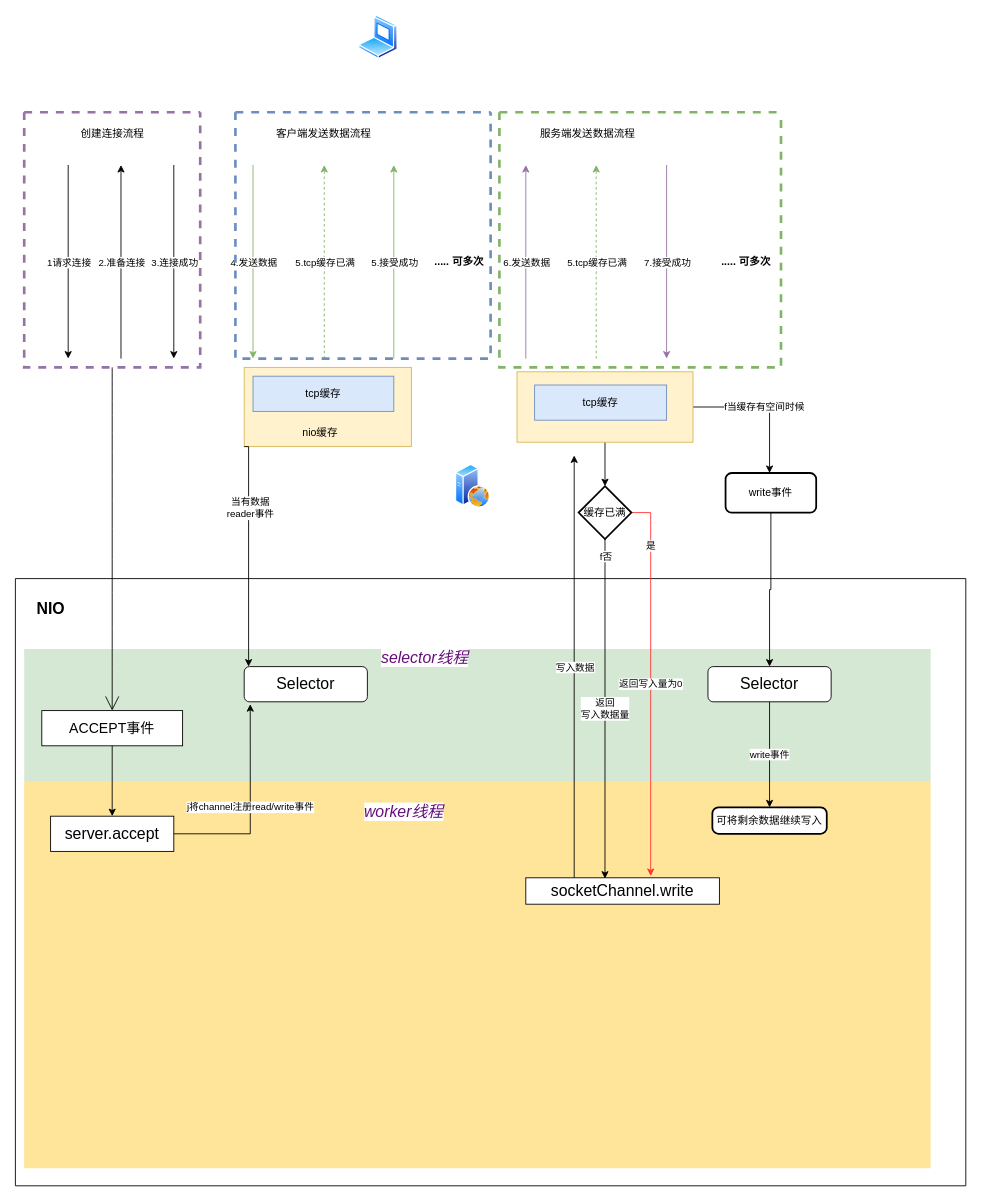
Before: 流程图/NIO网络模型.drawio in xiaoa1/liuchengtu, a draw.io diagram. Source tidied: cells renumbered, new cells numbered last; positions are measured from the earlier drawing's top-left corner, leaving out a move shared by most shapes. Both pictures are drawn from the tidied source at 88%, with x=0, y=0 at pixel (15, 15).
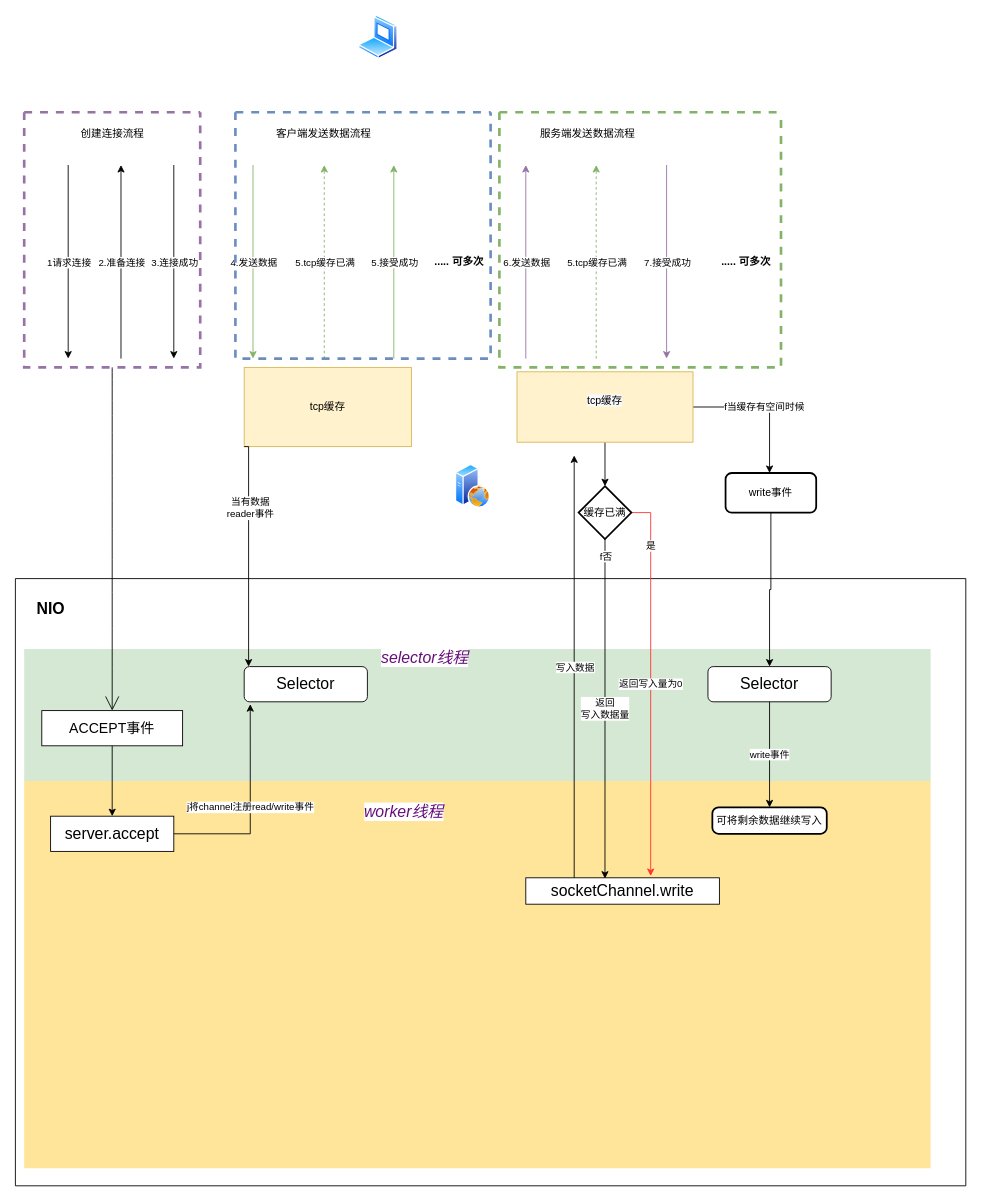
After the change.

Commit message:
修改缓存错误

The edit, as a diff of the source:
```diff
@@
-    <mxCell id="20" style="rounded=0;whiteSpace=wrap;html=1;fillColor=#fff2cc;strokeColor=#d6b656;" parent="1" vertex="1">
+    <mxCell id="20" value="tcp缓存" style="rounded=0;whiteSpace=wrap;html=1;fillColor=#fff2cc;strokeColor=#d6b656;" parent="1" vertex="1">
       <mxGeometry x="260" y="400" width="190" height="90" as="geometry" />
     </mxCell>
-    <mxCell id="21" value="tcp缓存" style="rounded=0;whiteSpace=wrap;html=1;fillColor=#dae8fc;strokeColor=#6c8ebf;" parent="1" vertex="1">
-      <mxGeometry x="270" y="410" width="160" height="40" as="geometry" />
-    </mxCell>
-    <mxCell id="22" value="nio缓存" style="text;html=1;align=center;verticalAlign=middle;strokeColor=none;fillColor=none;" parent="1" vertex="1">
-      <mxGeometry x="316" y="460" width="60" height="30" as="geometry" />
-    </mxCell>
@@
-    <mxCell id="27" style="rounded=0;whiteSpace=wrap;html=1;fillColor=#fff2cc;strokeColor=#d6b656;" parent="1" vertex="1">
+    <mxCell id="27" value="&#10;&lt;span style=&quot;color: rgb(0, 0, 0); font-family: Helvetica; font-size: 12px; font-style: normal; font-variant-ligatures: normal; font-variant-caps: normal; font-weight: 400; letter-spacing: normal; orphans: 2; text-align: center; text-indent: 0px; text-transform: none; widows: 2; word-spacing: 0px; -webkit-text-stroke-width: 0px; background-color: rgb(248, 249, 250); text-decoration-thickness: initial; text-decoration-style: initial; text-decoration-color: initial; float: none; display: inline !important;&quot;&gt;tcp缓存&lt;/span&gt;&#10;&#10;" style="rounded=0;whiteSpace=wrap;html=1;fillColor=#fff2cc;strokeColor=#d6b656;" parent="1" vertex="1">
       <mxGeometry x="570" y="405" width="200" height="80" as="geometry" />
     </mxCell>
-    <mxCell id="28" value="tcp缓存" style="rounded=0;whiteSpace=wrap;html=1;fillColor=#dae8fc;strokeColor=#6c8ebf;" parent="1" vertex="1">
-      <mxGeometry x="590" y="420" width="150" height="40" as="geometry" />
-    </mxCell>
```
